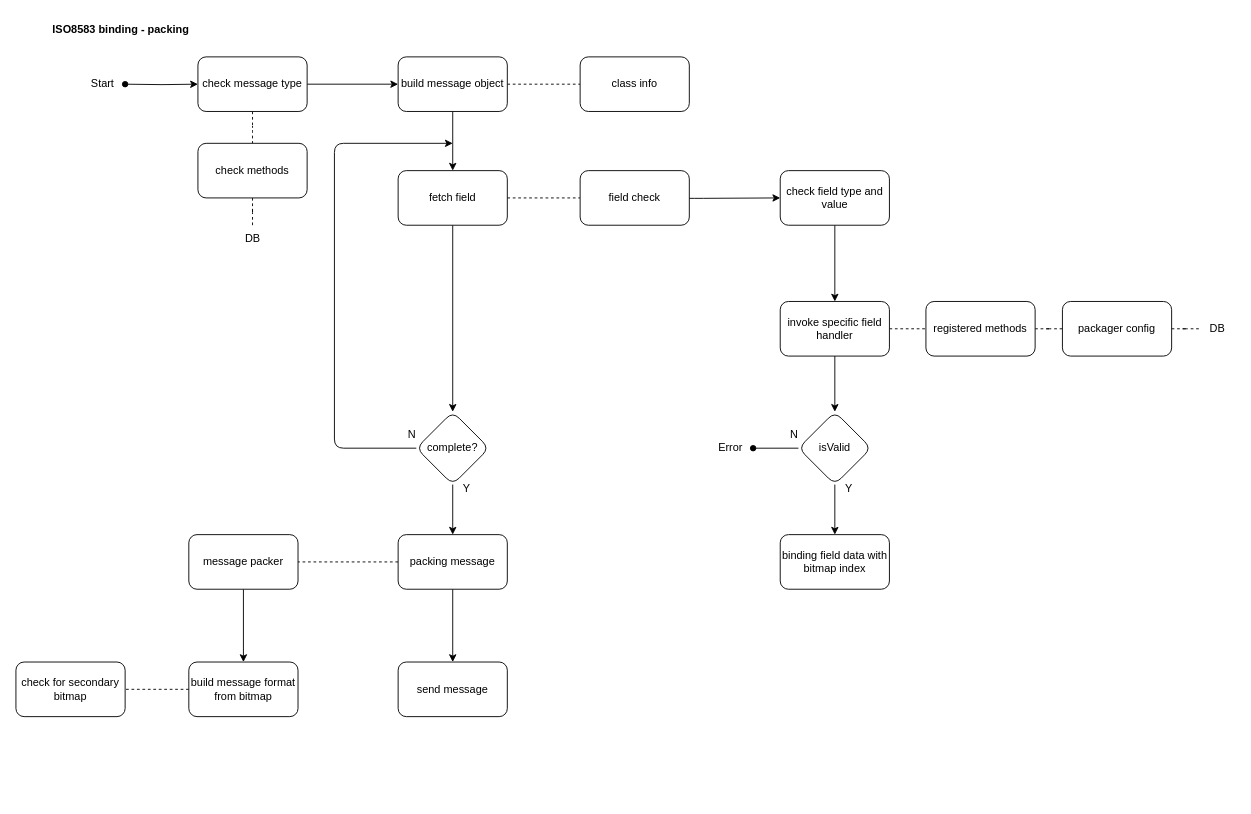
This is page "Page-5" (5 of 5) of ISO8583 binding-packing.drawio from PramudiaPutra/diagrams, a draw.io file, before an edit. Source tidied: cells renumbered, new cells numbered last; positions are measured from the earlier drawing's top-left corner, leaving out a move shared by most shapes. Both pictures are drawn from the tidied source at 91%, with x=0, y=0 at pixel (15, 15).
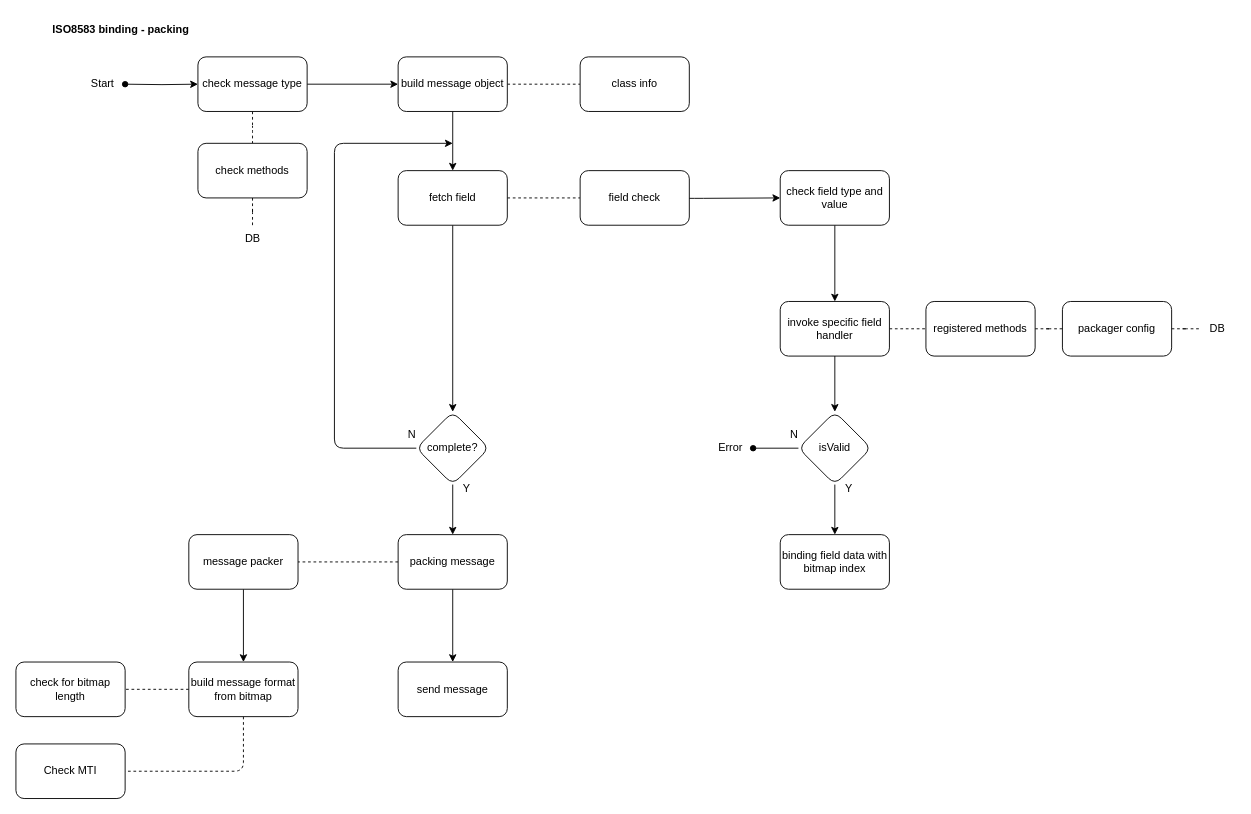
Above is the later version.

The change refers to these unchanged cells:
```xml
<mxCell id="49" value="build message format from bitmap" style="whiteSpace=wrap;html=1;rounded=1;" parent="1" vertex="1">
  <mxGeometry x="190" y="710" width="120" height="60" as="geometry" />
</mxCell>
```

What changed in the source:
```diff
@@
+    <mxCell id="52" style="edgeStyle=orthogonalEdgeStyle;rounded=1;jettySize=auto;html=1;endArrow=none;endFill=0;dashed=1;" parent="1" edge="1" source="49" target="53">
+      <mxGeometry relative="1" as="geometry">
+        <Array as="points">
+          <mxPoint x="250" y="830" />
+        </Array>
+      </mxGeometry>
+    </mxCell>
@@
-    <mxCell id="50" value="check for secondary bitmap" style="whiteSpace=wrap;html=1;rounded=1;" parent="1" vertex="1">
+    <mxCell id="50" value="check for bitmap length" style="whiteSpace=wrap;html=1;rounded=1;" parent="1" vertex="1">
       <mxGeometry y="710" width="120" height="60" as="geometry" />
     </mxCell>
@@
+    <mxCell id="53" value="Check MTI" style="whiteSpace=wrap;html=1;rounded=1;" parent="1" vertex="1">
+      <mxGeometry y="800" width="120" height="60" as="geometry" />
+    </mxCell>
```
